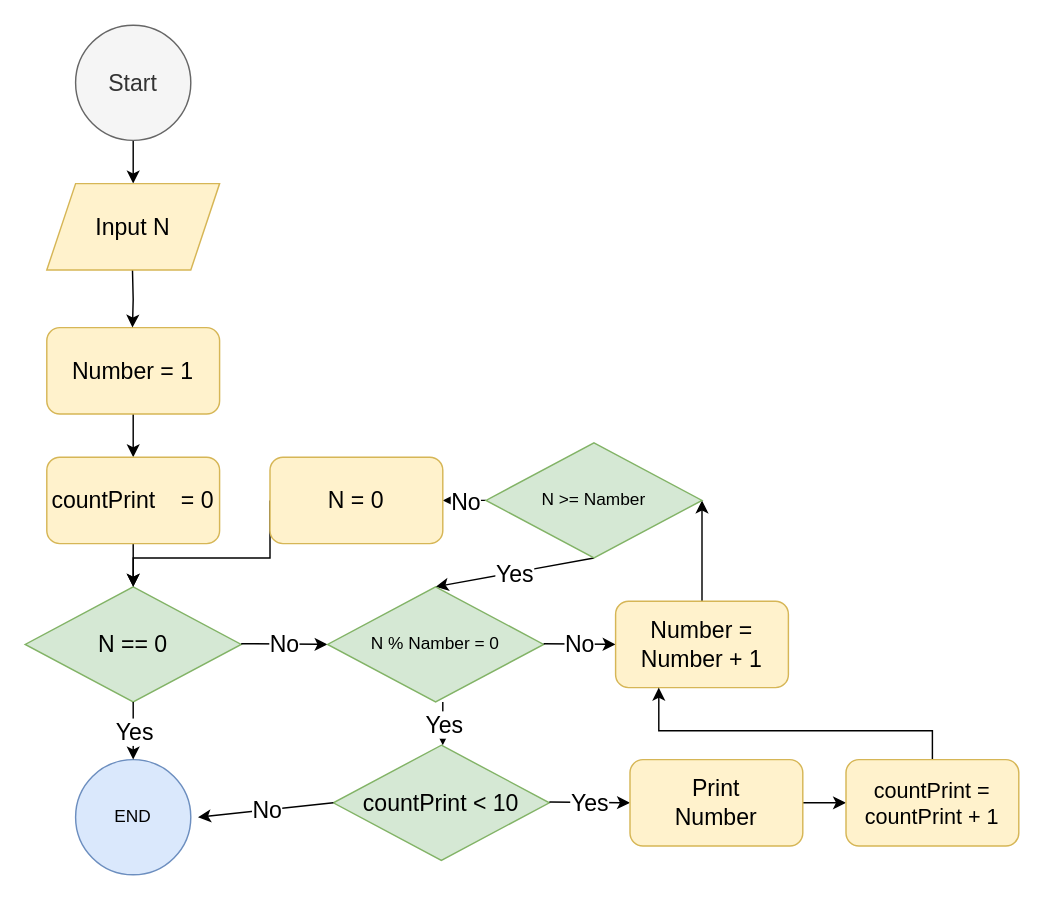
Before: ex002/other/c.drawio in YuriiOsipchuk/HomeWorkGo, a draw.io diagram. Source tidied: cells renumbered, new cells numbered last; positions are measured from the earlier drawing's top-left corner, leaving out a move shared by most shapes. Both pictures are drawn from the tidied source at 144%, with x=0, y=0 at pixel (24, 24).
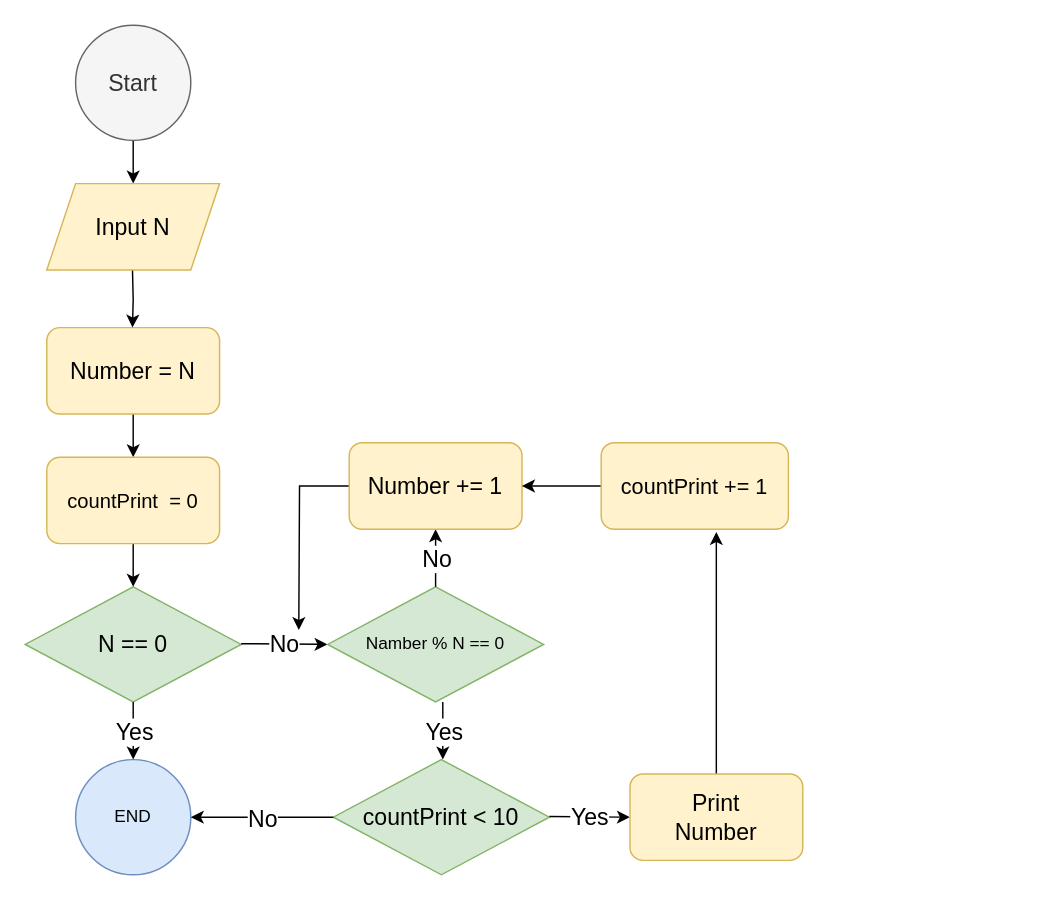
After the change.

Unchanged cells that the change refers to:
```xml
<mxCell id="4" value="END" style="ellipse;whiteSpace=wrap;html=1;fillColor=#dae8fc;strokeColor=#6c8ebf;" parent="1" vertex="1">
  <mxGeometry x="35" y="510" width="80" height="80" as="geometry" />
</mxCell>
<mxCell id="7" value="N == 0" style="rhombus;whiteSpace=wrap;html=1;fontSize=16;fillColor=#d5e8d4;strokeColor=#82b366;" parent="1" vertex="1">
  <mxGeometry y="390" width="150" height="80" as="geometry" />
</mxCell>
```

What changed in the source:
```diff
@@
-    <mxCell id="6" value="Number = 1" style="rounded=1;whiteSpace=wrap;html=1;fontSize=16;fillColor=#fff2cc;strokeColor=#d6b656;" parent="1" vertex="1">
+    <mxCell id="6" value="Number = N" style="rounded=1;whiteSpace=wrap;html=1;fontSize=16;fillColor=#fff2cc;strokeColor=#d6b656;" parent="1" vertex="1">
       <mxGeometry x="15" y="210" width="120" height="60" as="geometry" />
     </mxCell>
@@
-    <mxCell id="11" value="countPrint&amp;nbsp;&amp;nbsp;&amp;nbsp; = 0" style="rounded=1;whiteSpace=wrap;html=1;fontSize=16;fillColor=#fff2cc;strokeColor=#d6b656;" parent="1" vertex="1">
+    <mxCell id="11" value="&lt;font style=&quot;font-size: 14px;&quot;&gt;countPrint&amp;nbsp; = 0&lt;/font&gt;" style="rounded=1;whiteSpace=wrap;html=1;fontSize=16;fillColor=#fff2cc;strokeColor=#d6b656;" parent="1" vertex="1">
       <mxGeometry x="15" y="300" width="120" height="60" as="geometry" />
     </mxCell>
@@
-    <mxCell id="14" style="endArrow=classic;html=1;rounded=0;fontSize=16;exitX=0.5;exitY=1;exitDx=0;exitDy=0;entryX=0.5;entryY=0;entryDx=0;entryDy=0;" parent="1" edge="1" source="36" target="20">
-      <mxGeometry relative="1" as="geometry" />
-    </mxCell>
-    <mxCell id="15" value="Yes" style="edgeLabel;html=1;align=center;verticalAlign=middle;fontSize=16;" parent="14" vertex="1">
-      <mxGeometry relative="1" as="geometry" />
-    </mxCell>
@@
-    <mxCell id="18" style="endArrow=classic;html=1;rounded=0;fontSize=16;exitX=0;exitY=0.5;exitDx=0;exitDy=0;entryX=1;entryY=0.5;entryDx=0;entryDy=0;" parent="1" edge="1" source="36" target="38">
-      <mxGeometry relative="1" as="geometry" />
-    </mxCell>
-    <mxCell id="19" value="No" style="edgeLabel;html=1;align=center;verticalAlign=middle;fontSize=16;" parent="18" vertex="1">
-      <mxGeometry relative="1" as="geometry" />
-    </mxCell>
-    <mxCell id="20" value="N % Namber = 0" style="rhombus;whiteSpace=wrap;html=1;fontSize=12;fillColor=#d5e8d4;strokeColor=#82b366;" parent="1" vertex="1">
+    <mxCell id="20" value="Namber % N == 0" style="rhombus;whiteSpace=wrap;html=1;fontSize=12;fillColor=#d5e8d4;strokeColor=#82b366;" parent="1" vertex="1">
       <mxGeometry x="210" y="390" width="150" height="80" as="geometry" />
     </mxCell>
-    <mxCell id="21" style="endArrow=classic;html=1;rounded=0;fontSize=16;" parent="1" edge="1">
-      <mxGeometry relative="1" as="geometry">
-        <mxPoint x="360" y="429.5" as="sourcePoint" />
-        <mxPoint x="410" y="430" as="targetPoint" />
-      </mxGeometry>
+    <mxCell id="21" style="endArrow=classic;html=1;rounded=0;fontSize=16;entryX=0.5;entryY=1;entryDx=0;entryDy=0;exitX=0.5;exitY=0;exitDx=0;exitDy=0;" parent="1" edge="1" source="20" target="29">
+      <mxGeometry relative="1" as="geometry" />
     </mxCell>
@@
     <mxCell id="23" style="endArrow=classic;html=1;rounded=0;fontSize=16;" parent="1" edge="1">
       <mxGeometry relative="1" as="geometry">
         <mxPoint x="290" y="470" as="sourcePoint" />
-        <mxPoint x="290" y="500" as="targetPoint" />
+        <mxPoint x="290" y="510" as="targetPoint" />
       </mxGeometry>
     </mxCell>
@@
     <mxCell id="25" value="countPrint &amp;lt; 10" style="rhombus;whiteSpace=wrap;html=1;fontSize=16;fillColor=#d5e8d4;strokeColor=#82b366;" parent="1" vertex="1">
-      <mxGeometry x="214" y="500" width="150" height="80" as="geometry" />
+      <mxGeometry x="214" y="510" width="150" height="80" as="geometry" />
     </mxCell>
-    <mxCell id="26" style="endArrow=classic;html=1;rounded=0;fontSize=16;" parent="1" edge="1">
-      <mxGeometry relative="1" as="geometry">
-        <mxPoint x="214" y="540" as="sourcePoint" />
-        <mxPoint x="120" y="550" as="targetPoint" />
-      </mxGeometry>
+    <mxCell id="26" style="endArrow=classic;html=1;rounded=0;fontSize=16;exitX=0;exitY=0.5;exitDx=0;exitDy=0;entryX=1;entryY=0.5;entryDx=0;entryDy=0;" parent="1" edge="1" source="25" target="4">
+      <mxGeometry relative="1" as="geometry" />
     </mxCell>
@@
-    <mxCell id="28" style="edgeStyle=orthogonalEdgeStyle;rounded=0;jettySize=auto;html=1;fontSize=15;endArrow=classic;endFill=1;" parent="1" edge="1" source="29">
-      <mxGeometry relative="1" as="geometry">
-        <mxPoint x="470" y="330" as="targetPoint" />
-      </mxGeometry>
-    </mxCell>
+    <mxCell id="39" style="edgeStyle=orthogonalEdgeStyle;rounded=0;jettySize=auto;html=1;fontSize=11;" parent="1" edge="1" source="29">
+      <mxGeometry relative="1" as="geometry">
+        <mxPoint x="190" y="420" as="targetPoint" />
+      </mxGeometry>
+    </mxCell>
-    <mxCell id="29" value="&lt;div&gt;Number = &lt;br&gt;&lt;/div&gt;&lt;div&gt;Number + 1&lt;br&gt;&lt;/div&gt;" style="rounded=1;whiteSpace=wrap;html=1;fontSize=16;fillColor=#fff2cc;strokeColor=#d6b656;" parent="1" vertex="1">
-      <mxGeometry x="410" y="400" width="120" height="60" as="geometry" />
+    <mxCell id="29" value="&lt;div&gt;Number += 1 &lt;br&gt;&lt;/div&gt;" style="rounded=1;whiteSpace=wrap;html=1;fontSize=16;fillColor=#fff2cc;strokeColor=#d6b656;" parent="1" vertex="1">
+      <mxGeometry x="225" y="290" width="120" height="60" as="geometry" />
     </mxCell>
     <mxCell id="30" style="endArrow=classic;html=1;rounded=0;fontSize=16;" parent="1" edge="1">
       <mxGeometry relative="1" as="geometry">
-        <mxPoint x="364" y="539.5" as="sourcePoint" />
-        <mxPoint x="420" y="540" as="targetPoint" />
+        <mxPoint x="364" y="549.5" as="sourcePoint" />
+        <mxPoint x="420" y="550" as="targetPoint" />
       </mxGeometry>
     </mxCell>
@@
-    <mxCell id="32" style="edgeStyle=orthogonalEdgeStyle;rounded=0;jettySize=auto;html=1;exitX=1;exitY=0.5;exitDx=0;exitDy=0;fontSize=12;endArrow=classic;endFill=1;" parent="1" edge="1" source="33" target="35">
+    <mxCell id="32" style="edgeStyle=orthogonalEdgeStyle;rounded=0;jettySize=auto;html=1;entryX=0.615;entryY=1.033;entryDx=0;entryDy=0;entryPerimeter=0;fontSize=11;" parent="1" edge="1" source="33" target="35">
       <mxGeometry relative="1" as="geometry" />
     </mxCell>
     <mxCell id="33" value="&lt;div&gt;Print&lt;/div&gt;&lt;div&gt;Number&lt;br&gt;&lt;/div&gt;" style="rounded=1;whiteSpace=wrap;html=1;fontSize=16;fillColor=#fff2cc;strokeColor=#d6b656;" parent="1" vertex="1">
-      <mxGeometry x="420" y="510" width="120" height="60" as="geometry" />
+      <mxGeometry x="420" y="520" width="120" height="60" as="geometry" />
     </mxCell>
-    <mxCell id="34" style="edgeStyle=orthogonalEdgeStyle;rounded=0;jettySize=auto;html=1;fontSize=15;endArrow=classic;endFill=1;entryX=0.25;entryY=1;entryDx=0;entryDy=0;" parent="1" edge="1" source="35" target="29">
-      <mxGeometry relative="1" as="geometry">
-        <Array as="points">
-          <mxPoint x="630" y="490" />
-          <mxPoint x="440" y="490" />
-        </Array>
-      </mxGeometry>
+    <mxCell id="34" style="edgeStyle=orthogonalEdgeStyle;rounded=0;jettySize=auto;html=1;fontSize=11;entryX=1;entryY=0.5;entryDx=0;entryDy=0;" parent="1" edge="1" source="35" target="29">
+      <mxGeometry relative="1" as="geometry" />
     </mxCell>
-    <mxCell id="35" value="&lt;div style=&quot;font-size: 15px;&quot;&gt;&lt;font style=&quot;font-size: 15px;&quot;&gt;countPrint = &lt;br&gt;&lt;/font&gt;&lt;/div&gt;&lt;div style=&quot;font-size: 15px;&quot;&gt;&lt;font style=&quot;font-size: 15px;&quot;&gt;countPrint + 1&lt;br&gt;&lt;/font&gt;&lt;/div&gt;" style="rounded=1;whiteSpace=wrap;html=1;fontSize=16;fillColor=#fff2cc;strokeColor=#d6b656;" parent="1" vertex="1">
-      <mxGeometry x="570" y="510" width="120" height="60" as="geometry" />
+    <mxCell id="35" value="&lt;div style=&quot;font-size: 15px;&quot;&gt;&lt;font style=&quot;font-size: 15px;&quot;&gt;countPrint += 1&lt;br&gt;&lt;/font&gt;&lt;/div&gt;" style="rounded=1;whiteSpace=wrap;html=1;fontSize=16;fillColor=#fff2cc;strokeColor=#d6b656;" parent="1" vertex="1">
+      <mxGeometry x="400" y="290" width="130" height="60" as="geometry" />
     </mxCell>
-    <mxCell id="36" value="N &amp;gt;= Namber" style="rhombus;whiteSpace=wrap;html=1;fontSize=12;fillColor=#d5e8d4;strokeColor=#82b366;" parent="1" vertex="1">
-      <mxGeometry x="320" y="290" width="150" height="80" as="geometry" />
-    </mxCell>
-    <mxCell id="37" style="edgeStyle=orthogonalEdgeStyle;rounded=0;jettySize=auto;html=1;exitX=0;exitY=0.5;exitDx=0;exitDy=0;fontSize=15;endArrow=classic;endFill=1;" parent="1" edge="1" source="38" target="7">
-      <mxGeometry relative="1" as="geometry">
-        <Array as="points">
-          <mxPoint x="170" y="370" />
-          <mxPoint x="75" y="370" />
-        </Array>
-      </mxGeometry>
-    </mxCell>
-    <mxCell id="38" value="N = 0" style="rounded=1;whiteSpace=wrap;html=1;fontSize=16;fillColor=#fff2cc;strokeColor=#d6b656;" parent="1" vertex="1">
-      <mxGeometry x="170" y="300" width="120" height="60" as="geometry" />
-    </mxCell>
```
